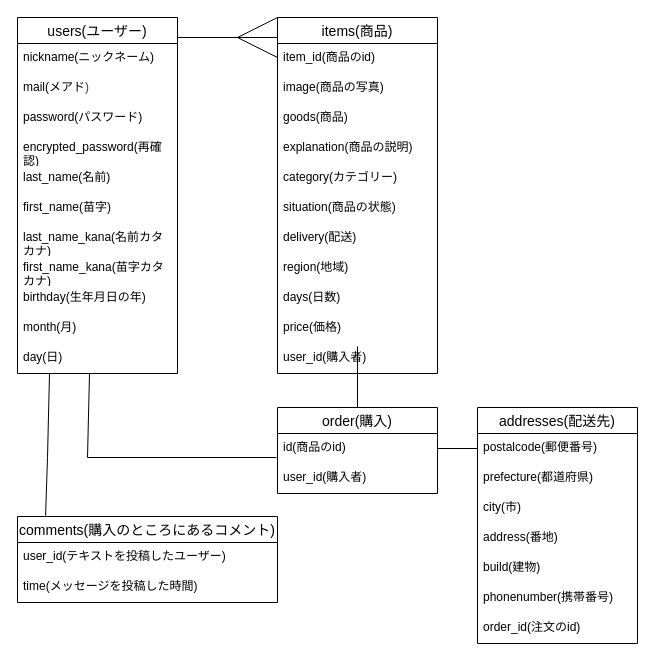
Above: test.dio in naa4263/furima-46714 (draw.io), before the change. Source tidied: cells renumbered, new cells numbered last; positions are measured from the earlier drawing's top-left corner, leaving out a move shared by most shapes. Both pictures are drawn from the tidied source at 100%, with x=0, y=0 at pixel (17, 17).
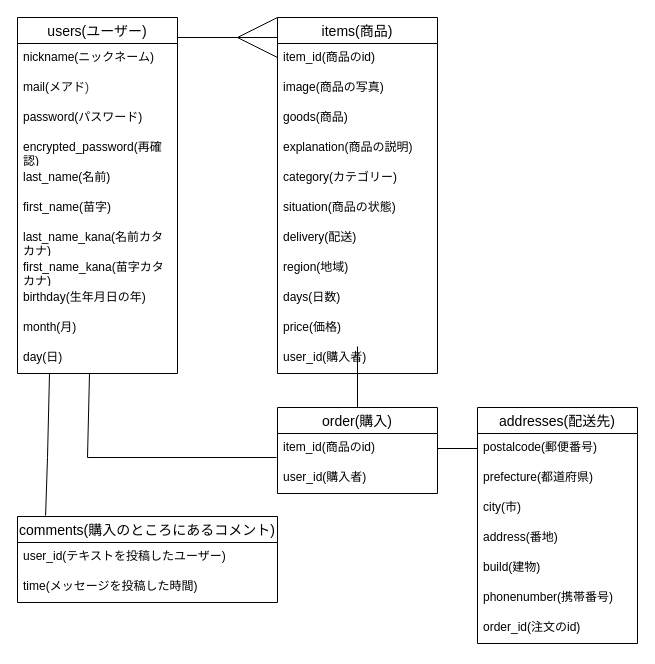
The same diagram, later.

Unchanged cells that the change refers to:
```xml
<mxCell id="26" value="order(購入)" style="swimlane;fontStyle=0;horizontal=1;startSize=26;align=center;fontSize=14;" parent="1" vertex="1">
  <mxGeometry x="260" y="390" width="160" height="86" as="geometry" />
</mxCell>
```

The edit, as a diff of the source:
```diff
@@
-    <mxCell id="27" value="id(商品のid)" style="text;strokeColor=none;fillColor=none;spacingLeft=4;spacingRight=4;overflow=hidden;points=[[0,0.5],[1,0.5]];portConstraint=eastwest;fontSize=12;whiteSpace=wrap;html=1;" parent="26" vertex="1">
+    <mxCell id="27" value="item_id(商品のid)" style="text;strokeColor=none;fillColor=none;spacingLeft=4;spacingRight=4;overflow=hidden;points=[[0,0.5],[1,0.5]];portConstraint=eastwest;fontSize=12;whiteSpace=wrap;html=1;" parent="26" vertex="1">
       <mxGeometry y="26" width="160" height="30" as="geometry" />
     </mxCell>
```
